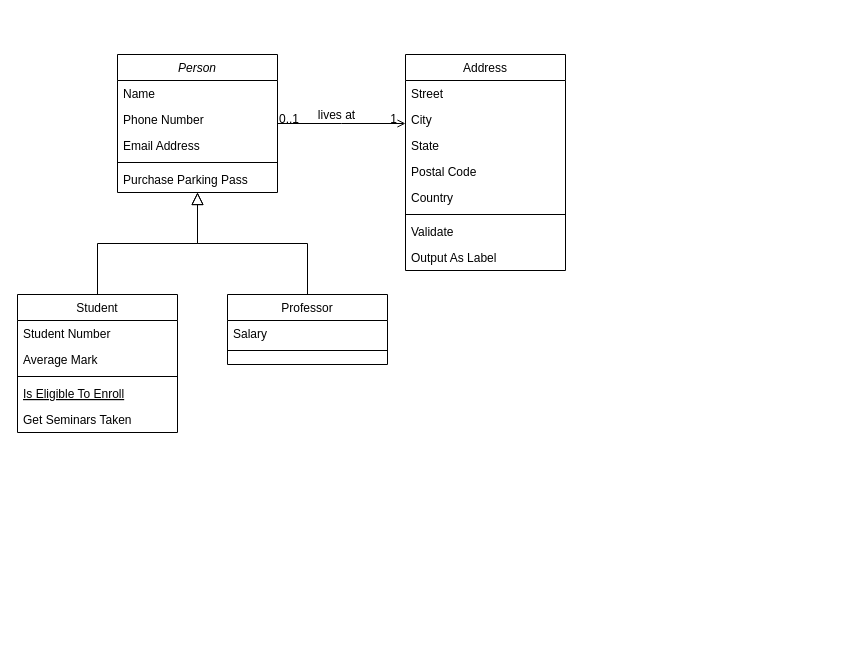
This is Untitled Diagram.drawio from GigodV/SchoolProjects, a draw.io file, before an edit. Source tidied: cells renumbered, new cells numbered last; positions are measured from the earlier drawing's top-left corner, leaving out a move shared by most shapes. Both pictures are drawn from the tidied source at 100%, with x=0, y=0 at pixel (17, 54).
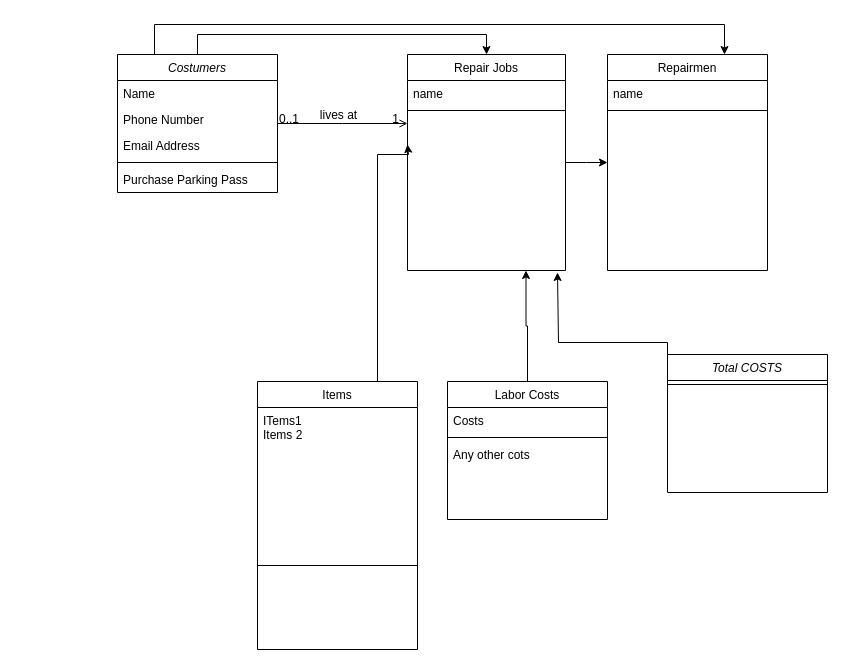
The same diagram, later.

What changed in the source:
```diff
@@
+    <mxCell id="32" style="edgeStyle=orthogonalEdgeStyle;rounded=0;jettySize=auto;html=1;exitX=0.5;exitY=0;exitDx=0;exitDy=0;entryX=0.5;entryY=0;entryDx=0;entryDy=0;" parent="1" edge="1" source="2" target="19">
+      <mxGeometry relative="1" as="geometry" />
+    </mxCell>
+    <mxCell id="33" style="edgeStyle=orthogonalEdgeStyle;rounded=0;orthogonalLoop=1;jettySize=auto;html=1;exitX=0.25;exitY=0;exitDx=0;exitDy=0;entryX=0.75;entryY=0;entryDx=0;entryDy=0;" parent="1" edge="1">
+      <mxGeometry relative="1" as="geometry">
+        <mxPoint x="137" as="sourcePoint" />
+        <mxPoint x="707" as="targetPoint" />
+        <Array as="points">
+          <mxPoint x="137" y="-30" />
+          <mxPoint x="707" y="-30" />
+        </Array>
+      </mxGeometry>
+    </mxCell>
-    <mxCell id="2" value="Person" style="swimlane;fontStyle=2;align=center;verticalAlign=top;horizontal=1;startSize=26;rounded=0;shadow=0;strokeWidth=1;" parent="1" vertex="1">
+    <mxCell id="2" value="Costumers" style="swimlane;fontStyle=2;align=center;verticalAlign=top;horizontal=1;startSize=26;rounded=0;shadow=0;strokeWidth=1;" parent="1" vertex="1">
       <mxGeometry x="100" width="160" height="138" as="geometry" />
     </mxCell>
@@
+    <mxCell id="34" style="edgeStyle=orthogonalEdgeStyle;rounded=0;jettySize=auto;html=1;exitX=0.5;exitY=0;exitDx=0;exitDy=0;entryX=0.75;entryY=1;entryDx=0;entryDy=0;" parent="1" edge="1" source="8" target="19">
+      <mxGeometry relative="1" as="geometry" />
+    </mxCell>
-    <mxCell id="8" value="Student" style="swimlane;fontStyle=0;align=center;verticalAlign=top;horizontal=1;startSize=26;rounded=0;shadow=0;strokeWidth=1;" parent="1" vertex="1">
-      <mxGeometry y="240" width="160" height="138" as="geometry" />
+    <mxCell id="8" value="Labor Costs" style="swimlane;fontStyle=0;align=center;verticalAlign=top;horizontal=1;startSize=26;rounded=0;shadow=0;strokeWidth=1;" parent="1" vertex="1">
+      <mxGeometry x="430" y="327" width="160" height="138" as="geometry" />
     </mxCell>
-    <mxCell id="9" value="Student Number" style="text;align=left;verticalAlign=top;spacingLeft=4;spacingRight=4;overflow=hidden;" parent="8" vertex="1">
+    <mxCell id="9" value="Costs" style="text;align=left;verticalAlign=top;spacingLeft=4;spacingRight=4;overflow=hidden;" parent="8" vertex="1">
       <mxGeometry y="26" width="160" height="26" as="geometry" />
     </mxCell>
-    <mxCell id="10" value="Average Mark" style="text;align=left;verticalAlign=top;spacingLeft=4;spacingRight=4;overflow=hidden;rounded=0;shadow=0;html=0;" parent="8" vertex="1">
-      <mxGeometry y="52" width="160" height="26" as="geometry" />
-    </mxCell>
     <mxCell id="11" style="line;html=1;strokeWidth=1;align=left;verticalAlign=middle;spacingTop=-1;spacingLeft=3;spacingRight=3;labelPosition=right;" parent="8" vertex="1">
-      <mxGeometry y="78" width="160" height="8" as="geometry" />
+      <mxGeometry y="52" width="160" height="8" as="geometry" />
     </mxCell>
-    <mxCell id="12" value="Is Eligible To Enroll" style="text;align=left;verticalAlign=top;spacingLeft=4;spacingRight=4;overflow=hidden;fontStyle=4;" parent="8" vertex="1">
-      <mxGeometry y="86" width="160" height="26" as="geometry" />
-    </mxCell>
-    <mxCell id="13" value="Get Seminars Taken" style="text;align=left;verticalAlign=top;spacingLeft=4;spacingRight=4;overflow=hidden;" parent="8" vertex="1">
-      <mxGeometry y="112" width="160" height="26" as="geometry" />
+    <mxCell id="13" value="Any other cots&#10;" style="text;align=left;verticalAlign=top;spacingLeft=4;spacingRight=4;overflow=hidden;" parent="8" vertex="1">
+      <mxGeometry y="60" width="160" height="26" as="geometry" />
     </mxCell>
-    <mxCell id="14" style="endArrow=block;endSize=10;endFill=0;shadow=0;strokeWidth=1;rounded=0;edgeStyle=elbowEdgeStyle;elbow=vertical;" parent="1" edge="1" source="8" target="2">
-      <mxGeometry relative="1" as="geometry" />
-    </mxCell>
+    <mxCell id="35" style="edgeStyle=orthogonalEdgeStyle;rounded=0;jettySize=auto;html=1;exitX=0.75;exitY=0;exitDx=0;exitDy=0;" parent="1" edge="1" source="15">
+      <mxGeometry relative="1" as="geometry">
+        <mxPoint x="390" y="90" as="targetPoint" />
+        <Array as="points">
+          <mxPoint x="360" y="100" />
+          <mxPoint x="391" y="100" />
+        </Array>
+      </mxGeometry>
+    </mxCell>
-    <mxCell id="15" value="Professor" style="swimlane;fontStyle=0;align=center;verticalAlign=top;horizontal=1;startSize=26;rounded=0;shadow=0;strokeWidth=1;" parent="1" vertex="1">
-      <mxGeometry x="210" y="240" width="160" height="70" as="geometry" />
+    <mxCell id="15" value="Items" style="swimlane;fontStyle=0;align=center;verticalAlign=top;horizontal=1;startSize=26;rounded=0;shadow=0;strokeWidth=1;" parent="1" vertex="1">
+      <mxGeometry x="240" y="327" width="160" height="268" as="geometry" />
     </mxCell>
-    <mxCell id="16" value="Salary" style="text;align=left;verticalAlign=top;spacingLeft=4;spacingRight=4;overflow=hidden;" parent="15" vertex="1">
-      <mxGeometry y="26" width="160" height="26" as="geometry" />
+    <mxCell id="16" value="ITems1 &#10;Items 2&#10;" style="text;align=left;verticalAlign=top;spacingLeft=4;spacingRight=4;overflow=hidden;" parent="15" vertex="1">
+      <mxGeometry y="26" width="160" height="74" as="geometry" />
     </mxCell>
     <mxCell id="17" style="line;html=1;strokeWidth=1;align=left;verticalAlign=middle;spacingTop=-1;spacingLeft=3;spacingRight=3;labelPosition=right;" parent="15" vertex="1">
-      <mxGeometry y="52" width="160" height="8" as="geometry" />
+      <mxGeometry y="100" width="160" height="168" as="geometry" />
     </mxCell>
-    <mxCell id="18" style="endArrow=block;endSize=10;endFill=0;shadow=0;strokeWidth=1;rounded=0;edgeStyle=elbowEdgeStyle;elbow=vertical;" parent="1" edge="1" source="15" target="2">
-      <mxGeometry relative="1" as="geometry" />
-    </mxCell>
+    <mxCell id="36" style="edgeStyle=orthogonalEdgeStyle;rounded=0;jettySize=auto;html=1;exitX=1;exitY=0.5;exitDx=0;exitDy=0;" parent="1" edge="1" source="19">
+      <mxGeometry relative="1" as="geometry">
+        <mxPoint x="590" y="108" as="targetPoint" />
+      </mxGeometry>
+    </mxCell>
-    <mxCell id="19" value="Address" style="swimlane;fontStyle=0;align=center;verticalAlign=top;horizontal=1;startSize=26;rounded=0;shadow=0;strokeWidth=1;" parent="1" vertex="1">
-      <mxGeometry x="388" width="160" height="216" as="geometry" />
+    <mxCell id="19" value="Repair Jobs" style="swimlane;fontStyle=0;align=center;verticalAlign=top;horizontal=1;startSize=26;rounded=0;shadow=0;strokeWidth=1;" parent="1" vertex="1">
+      <mxGeometry x="390" width="158" height="216" as="geometry" />
     </mxCell>
-    <mxCell id="20" value="Street" style="text;align=left;verticalAlign=top;spacingLeft=4;spacingRight=4;overflow=hidden;" parent="19" vertex="1">
-      <mxGeometry y="26" width="160" height="26" as="geometry" />
-    </mxCell>
-    <mxCell id="21" value="City" style="text;align=left;verticalAlign=top;spacingLeft=4;spacingRight=4;overflow=hidden;rounded=0;shadow=0;html=0;" parent="19" vertex="1">
-      <mxGeometry y="52" width="160" height="26" as="geometry" />
+    <mxCell id="21" value="name" style="text;align=left;verticalAlign=top;spacingLeft=4;spacingRight=4;overflow=hidden;rounded=0;shadow=0;html=0;" parent="19" vertex="1">
+      <mxGeometry y="26" width="158" height="26" as="geometry" />
     </mxCell>
-    <mxCell id="22" value="State" style="text;align=left;verticalAlign=top;spacingLeft=4;spacingRight=4;overflow=hidden;rounded=0;shadow=0;html=0;" parent="19" vertex="1">
-      <mxGeometry y="78" width="160" height="26" as="geometry" />
-    </mxCell>
-    <mxCell id="23" value="Postal Code" style="text;align=left;verticalAlign=top;spacingLeft=4;spacingRight=4;overflow=hidden;rounded=0;shadow=0;html=0;" parent="19" vertex="1">
-      <mxGeometry y="104" width="160" height="26" as="geometry" />
-    </mxCell>
-    <mxCell id="24" value="Country" style="text;align=left;verticalAlign=top;spacingLeft=4;spacingRight=4;overflow=hidden;rounded=0;shadow=0;html=0;" parent="19" vertex="1">
-      <mxGeometry y="130" width="160" height="26" as="geometry" />
-    </mxCell>
     <mxCell id="25" style="line;html=1;strokeWidth=1;align=left;verticalAlign=middle;spacingTop=-1;spacingLeft=3;spacingRight=3;labelPosition=right;" parent="19" vertex="1">
-      <mxGeometry y="156" width="160" height="8" as="geometry" />
+      <mxGeometry y="52" width="158" height="8" as="geometry" />
     </mxCell>
-    <mxCell id="26" value="Validate" style="text;align=left;verticalAlign=top;spacingLeft=4;spacingRight=4;overflow=hidden;" parent="19" vertex="1">
-      <mxGeometry y="164" width="160" height="26" as="geometry" />
-    </mxCell>
-    <mxCell id="27" value="Output As Label" style="text;align=left;verticalAlign=top;spacingLeft=4;spacingRight=4;overflow=hidden;" parent="19" vertex="1">
-      <mxGeometry y="190" width="160" height="26" as="geometry" />
-    </mxCell>
@@
+    <mxCell id="37" value="Repairmen" style="swimlane;fontStyle=0;align=center;verticalAlign=top;horizontal=1;startSize=26;rounded=0;shadow=0;strokeWidth=1;" parent="1" vertex="1">
+      <mxGeometry x="590" width="160" height="216" as="geometry" />
+    </mxCell>
+    <mxCell id="38" value="name" style="text;align=left;verticalAlign=top;spacingLeft=4;spacingRight=4;overflow=hidden;rounded=0;shadow=0;html=0;" parent="37" vertex="1">
+      <mxGeometry y="26" width="160" height="26" as="geometry" />
+    </mxCell>
+    <mxCell id="39" style="line;html=1;strokeWidth=1;align=left;verticalAlign=middle;spacingTop=-1;spacingLeft=3;spacingRight=3;labelPosition=right;" parent="37" vertex="1">
+      <mxGeometry y="52" width="160" height="8" as="geometry" />
+    </mxCell>
+    <mxCell id="40" style="edgeStyle=orthogonalEdgeStyle;rounded=0;orthogonalLoop=1;jettySize=auto;html=1;" parent="1" edge="1">
+      <mxGeometry relative="1" as="geometry">
+        <mxPoint x="650" y="327" as="sourcePoint" />
+        <mxPoint x="540" y="218" as="targetPoint" />
+        <Array as="points">
+          <mxPoint x="650" y="288" />
+          <mxPoint x="541" y="288" />
+        </Array>
+      </mxGeometry>
+    </mxCell>
+    <mxCell id="41" value="Total COSTS" style="swimlane;fontStyle=2;align=center;verticalAlign=top;horizontal=1;startSize=26;rounded=0;shadow=0;strokeWidth=1;" parent="1" vertex="1">
+      <mxGeometry x="650" y="300" width="160" height="138" as="geometry" />
+    </mxCell>
+    <mxCell id="42" style="line;html=1;strokeWidth=1;align=left;verticalAlign=middle;spacingTop=-1;spacingLeft=3;spacingRight=3;labelPosition=right;" parent="41" vertex="1">
+      <mxGeometry y="26" width="160" height="8" as="geometry" />
+    </mxCell>
```
